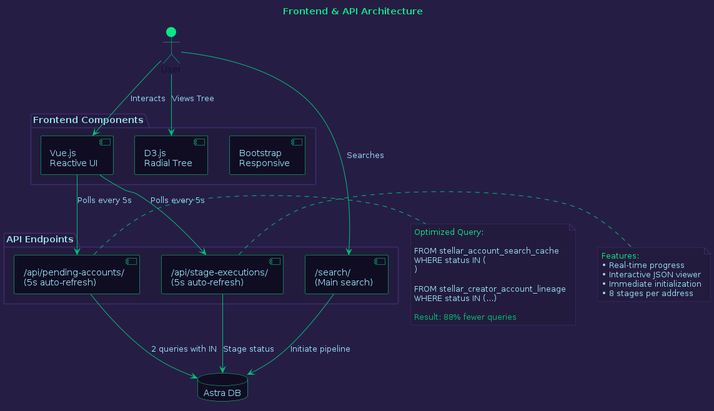
Before: diagrams/04_frontend_api.png, a diagram exported from PlantUML (areveur51/StellarMapWeb).
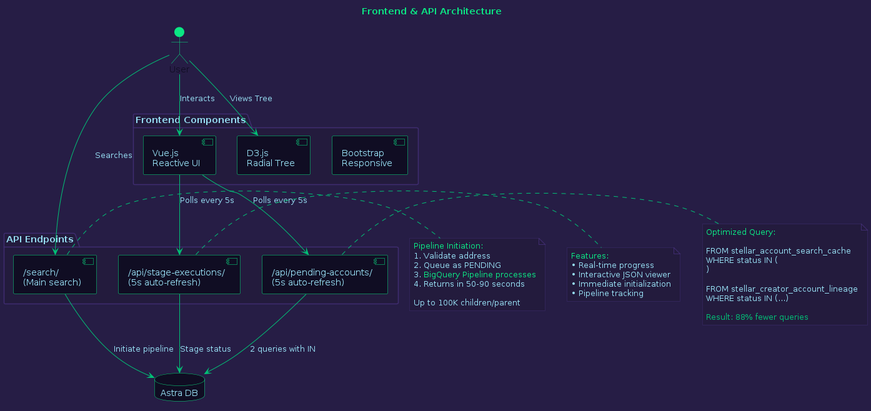
Above is the later version.

What changed in the source:
```diff
@@ -74,12 +74,22 @@
   <color:#01C176>Result: 88% fewer queries
 end note
 
+note right of SearchAPI #231B3D
+  <color:#0BE784>Pipeline Initiation:
+  <color:#96DDF2>1. Validate address
+  2. Queue as PENDING
+  3. <color:#0BE784>BigQuery Pipeline processes
+  <color:#96DDF2>4. Returns in 50-90 seconds
+
+  <color:#96DDF2>Up to 100K children/parent
+end note
+
 note right of StagesAPI #231B3D
   <color:#0BE784>Features:
   <color:#96DDF2>• Real-time progress
   • Interactive JSON viewer
   • Immediate initialization
-  • 8 stages per address
+  • Pipeline tracking
 end note
 
 @enduml
```
